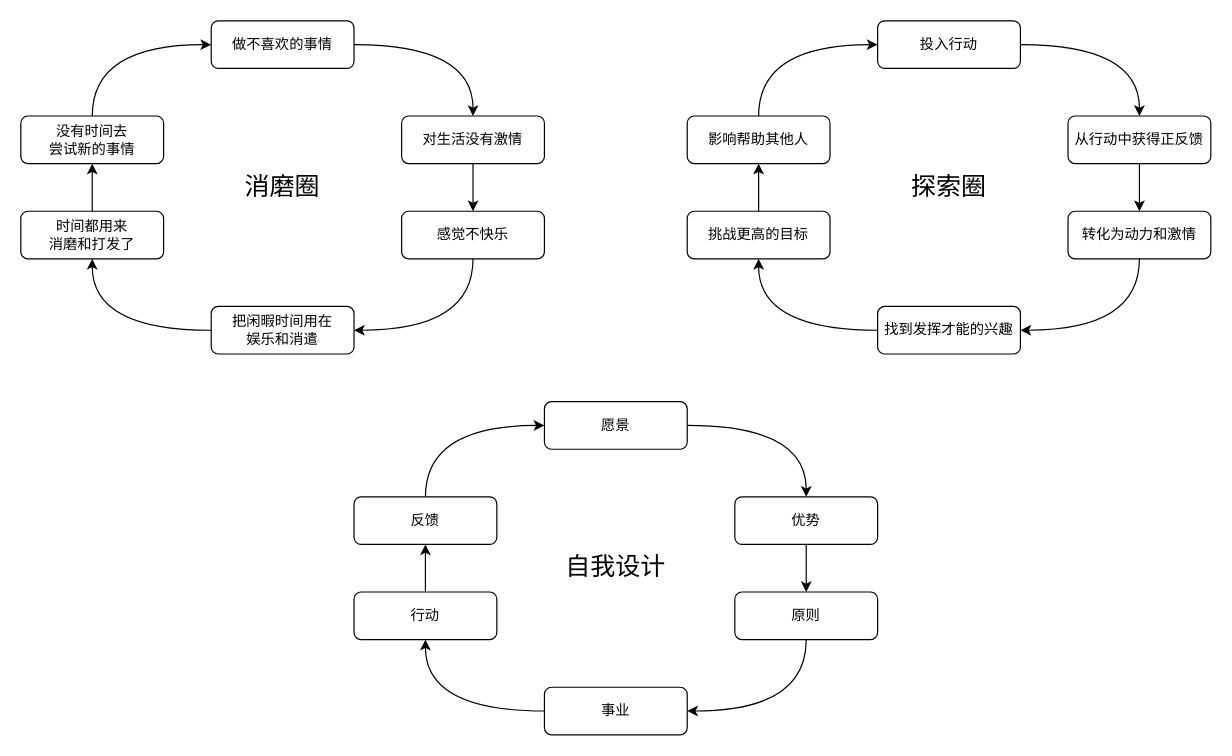
The draw.io diagram 事业圈&颓废圈.drawio in youyusan/life_system, before the edit. Source tidied: cells renumbered, new cells numbered last; positions are measured from the earlier drawing's top-left corner, leaving out a move shared by most shapes. Both pictures are drawn from the tidied source at 119%, with x=0, y=0 at pixel (20, 20).
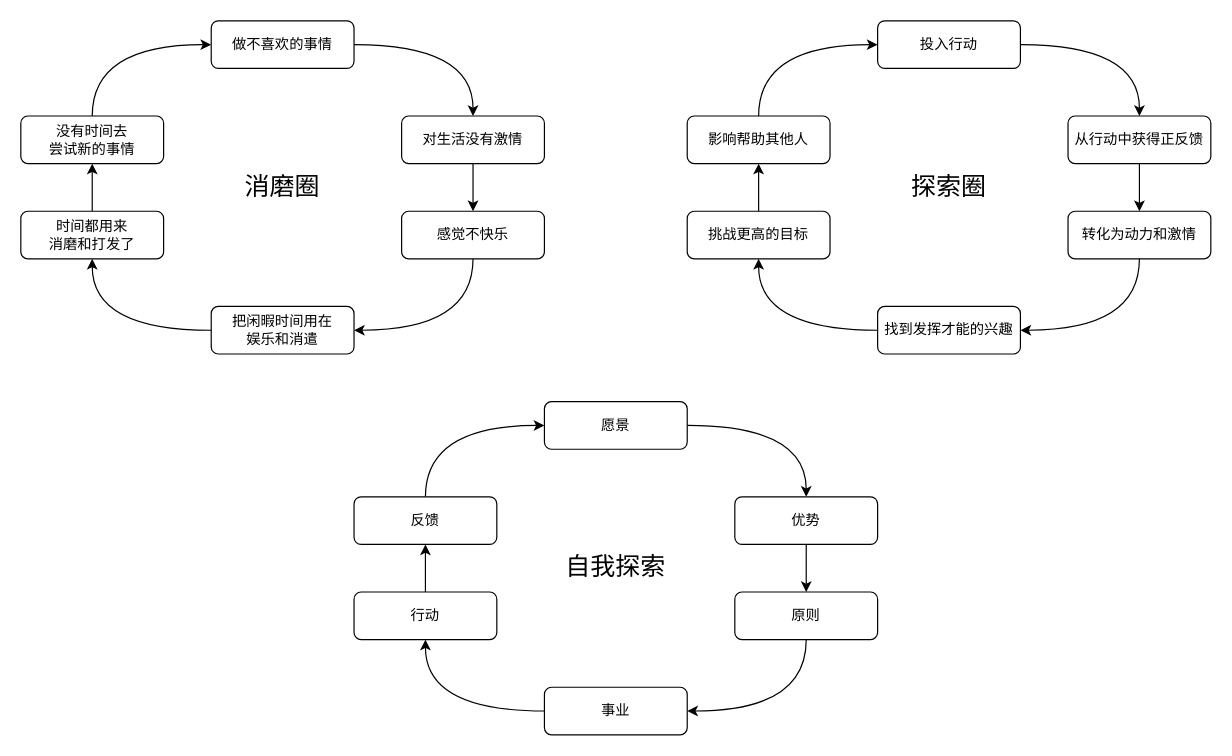
After the change.

Commit message:
更新事业圈&颓废圈.drawio

Diff of the diagram source:
```diff
@@
-    <mxCell id="40" value="&lt;span style=&quot;font-size: 21px;&quot;&gt;自我设计&lt;/span&gt;" style="text;html=1;align=center;verticalAlign=middle;whiteSpace=wrap;rounded=0;fontFamily=Helvetica;fontSize=11;fontColor=default;labelBackgroundColor=default;" parent="1" vertex="1">
+    <mxCell id="40" value="&lt;span style=&quot;font-size: 21px;&quot;&gt;自我探索&lt;/span&gt;" style="text;html=1;align=center;verticalAlign=middle;whiteSpace=wrap;rounded=0;fontFamily=Helvetica;fontSize=11;fontColor=default;labelBackgroundColor=default;" parent="1" vertex="1">
       <mxGeometry x="455" y="443" width="90" height="30" as="geometry" />
     </mxCell>
```
